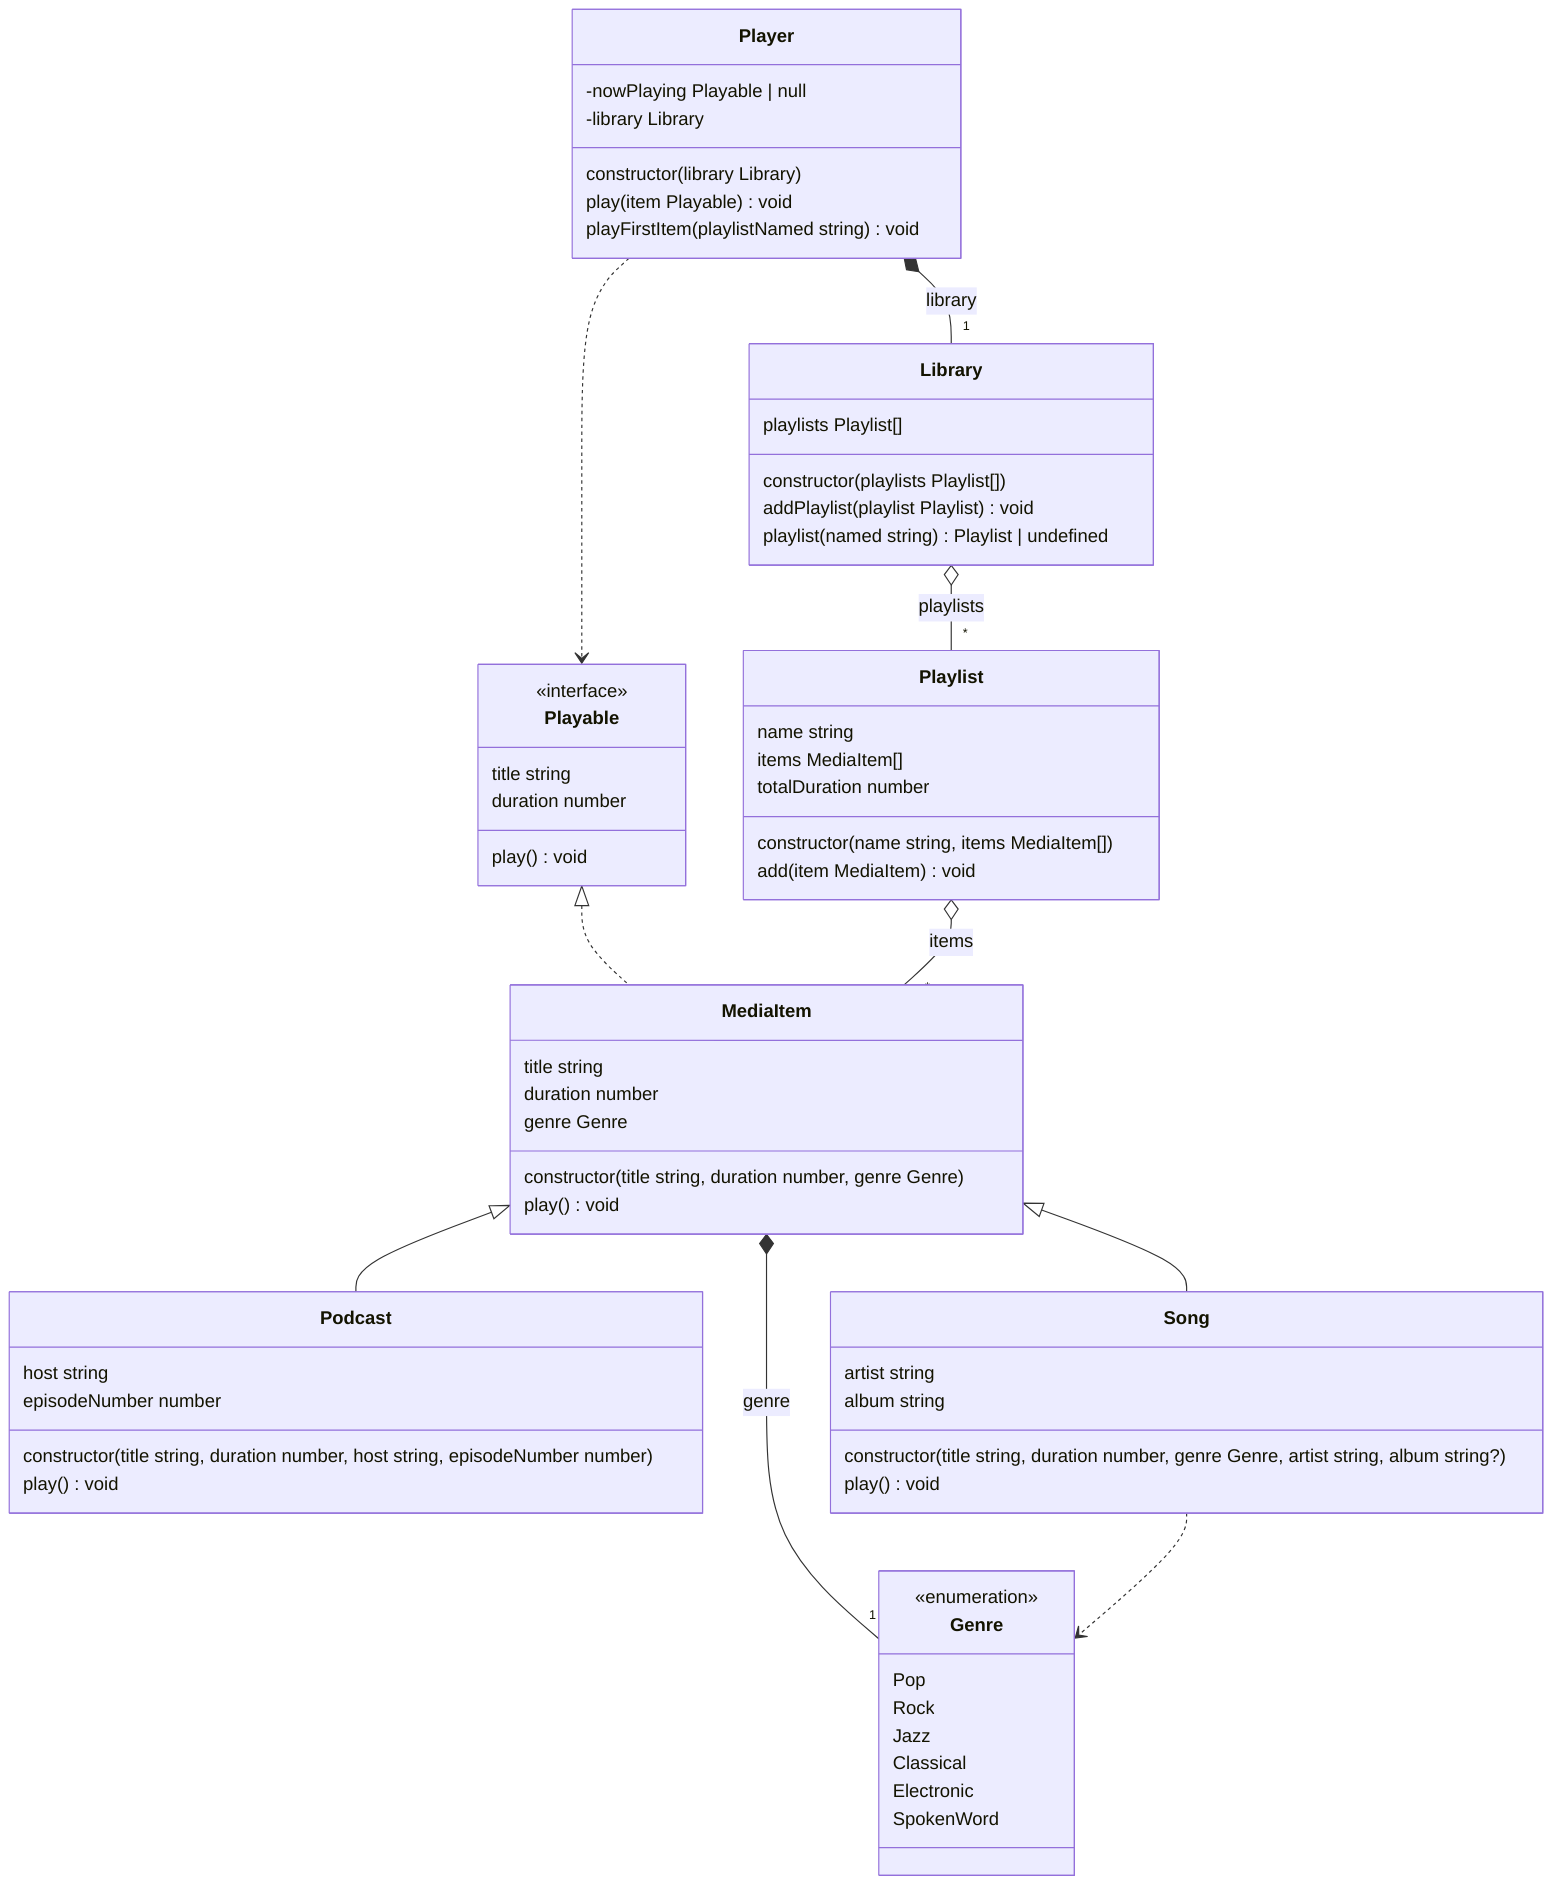
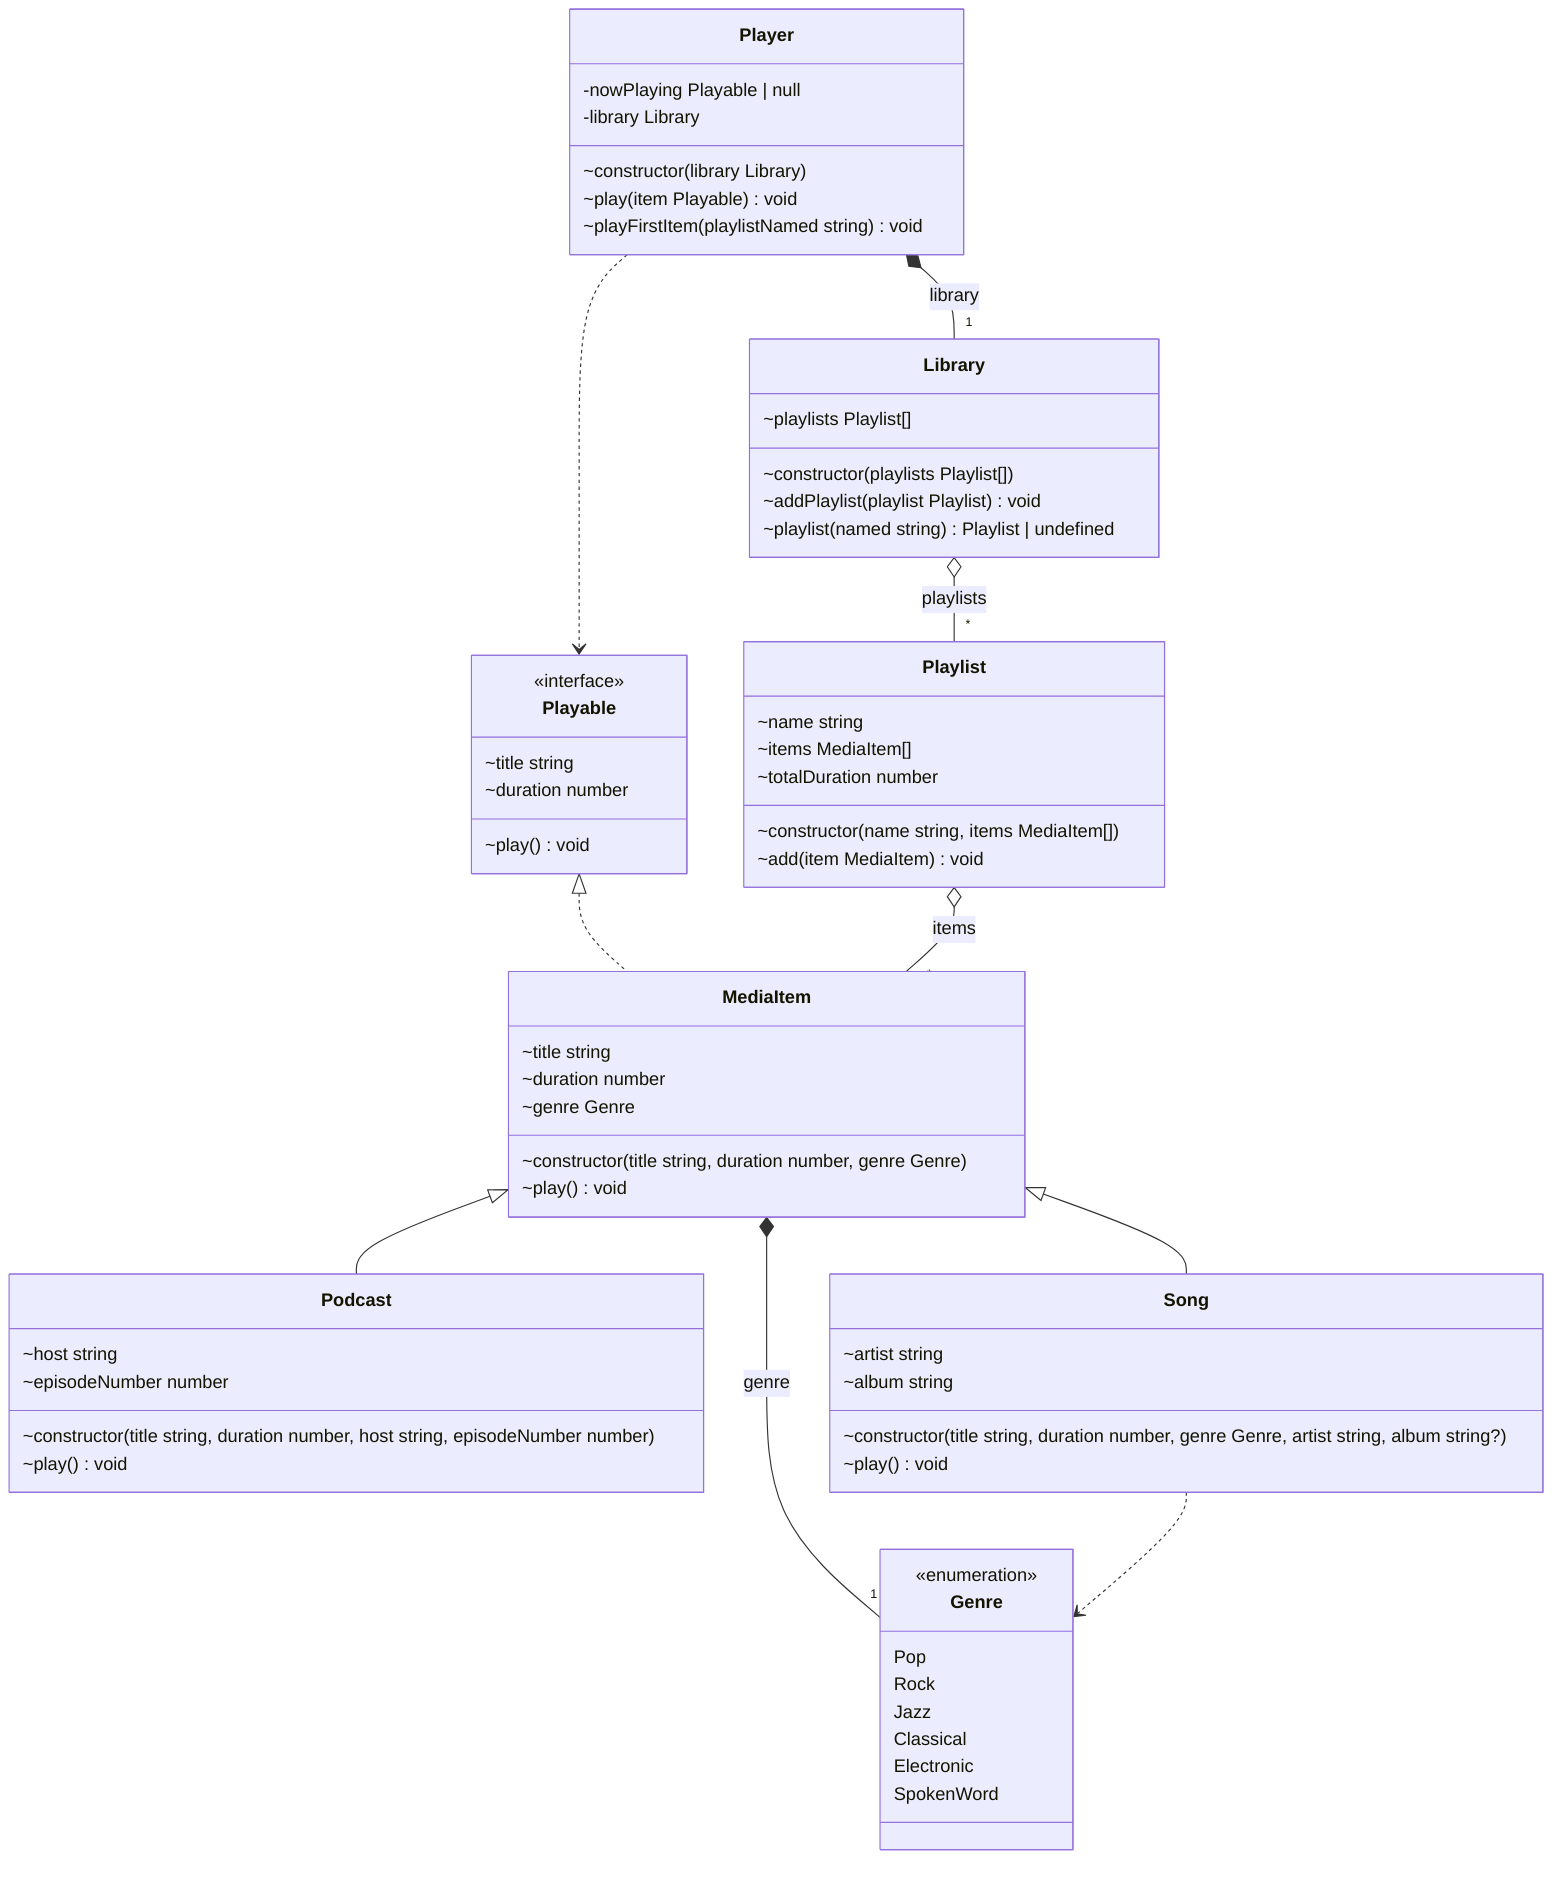
classDiagram
    class Library["Library"] {
-         playlists Playlist[]
-         constructor(playlists Playlist[])
-         addPlaylist(playlist Playlist) void
-         playlist(named string) Playlist | undefined
+         ~playlists Playlist[]
+         ~constructor(playlists Playlist[])
+         ~addPlaylist(playlist Playlist) void
+         ~playlist(named string) Playlist | undefined
    }
    class MediaItem["MediaItem"] {
-         title string
-         duration number
-         genre Genre
-         constructor(title string, duration number, genre Genre)
-         play() void
+         ~title string
+         ~duration number
+         ~genre Genre
+         ~constructor(title string, duration number, genre Genre)
+         ~play() void
    }
    class Playable["Playable"] {
        <<interface>>
-         title string
-         duration number
-         play() void
+         ~title string
+         ~duration number
+         ~play() void
    }
    class Genre["Genre"] {
        <<enumeration>>
        Pop
        Rock
        Jazz
        Classical
        Electronic
        SpokenWord
    }
    class Player["Player"] {
        -nowPlaying Playable | null
        -library Library
-         constructor(library Library)
-         play(item Playable) void
-         playFirstItem(playlistNamed string) void
+         ~constructor(library Library)
+         ~play(item Playable) void
+         ~playFirstItem(playlistNamed string) void
    }
    class Playlist["Playlist"] {
-         name string
-         items MediaItem[]
-         totalDuration number
-         constructor(name string, items MediaItem[])
-         add(item MediaItem) void
+         ~name string
+         ~items MediaItem[]
+         ~totalDuration number
+         ~constructor(name string, items MediaItem[])
+         ~add(item MediaItem) void
    }
    class Podcast["Podcast"] {
-         host string
-         episodeNumber number
-         constructor(title string, duration number, host string, episodeNumber number)
-         play() void
+         ~host string
+         ~episodeNumber number
+         ~constructor(title string, duration number, host string, episodeNumber number)
+         ~play() void
    }
    class Song["Song"] {
-         artist string
-         album string
-         constructor(title string, duration number, genre Genre, artist string, album string?)
-         play() void
+         ~artist string
+         ~album string
+         ~constructor(title string, duration number, genre Genre, artist string, album string?)
+         ~play() void
    }
    Playable <|.. MediaItem
    MediaItem <|-- Podcast
    MediaItem <|-- Song
    Library o-- "*" Playlist : playlists
    MediaItem *-- "1" Genre : genre
    Player *-- "1" Library : library
    Player ..> Playable
    Playlist o-- "*" MediaItem : items
    Song ..> Genre
